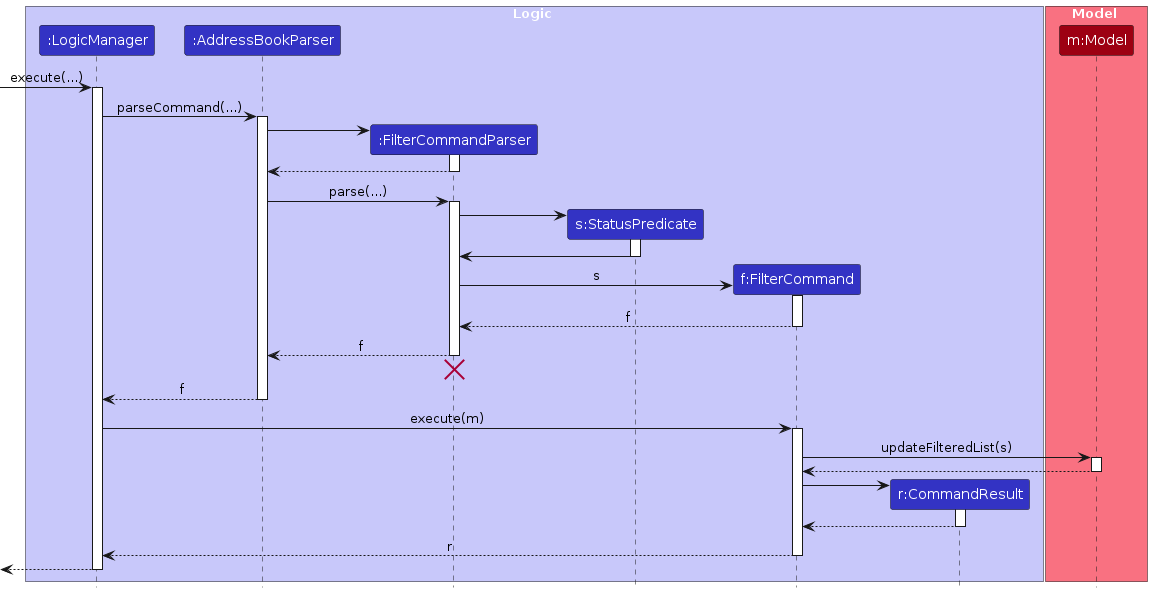
Earlier version of the PlantUML export diagrams/FilterSequenceDiagram.png (snowstopxt/tp). Its source is kept beside it as diagrams/FilterSequenceDiagram.puml.
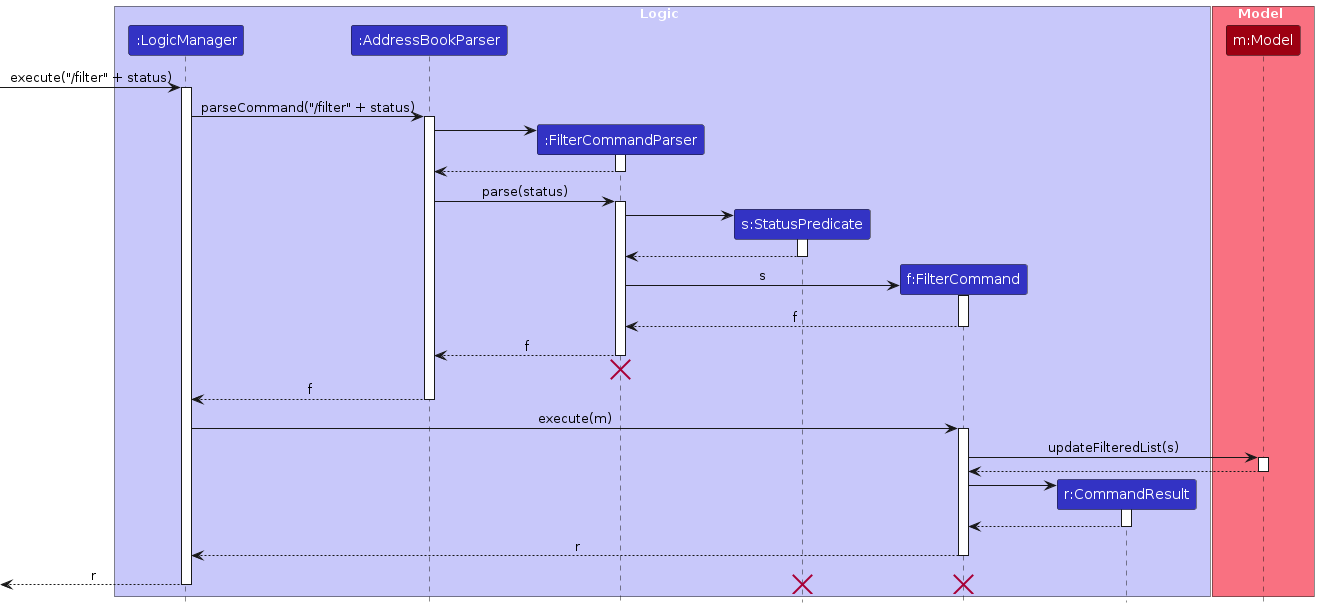
After the commit.

Change to the diagram source:
```diff
@@ -16,10 +16,10 @@
 participant "m:Model" as Model MODEL_COLOR
 end box
 
-[-> LogicManager : execute(...)
+[-> LogicManager : execute("/filter" + status)
 activate LogicManager
 
-LogicManager -> AddressBookParser : parseCommand(...)
+LogicManager -> AddressBookParser : parseCommand("/filter" + status)
 activate AddressBookParser
 
 create FilterCommandParser
@@ -29,14 +29,14 @@
 FilterCommandParser --> AddressBookParser
 deactivate FilterCommandParser
 
-AddressBookParser -> FilterCommandParser : parse(...)
+AddressBookParser -> FilterCommandParser : parse(status)
 activate FilterCommandParser
 
 create StatusPredicate
 FilterCommandParser -> StatusPredicate
 activate StatusPredicate
 
-StatusPredicate -> FilterCommandParser
+StatusPredicate --> FilterCommandParser
 deactivate StatusPredicate
 
 create FilterCommand
@@ -74,6 +74,8 @@
 FilterCommand --> LogicManager : r
 deactivate FilterCommand
 
-[<--LogicManager
+[<--LogicManager : r
 deactivate LogicManager
+destroy FilterCommand
+destroy StatusPredicate
 @enduml
```
